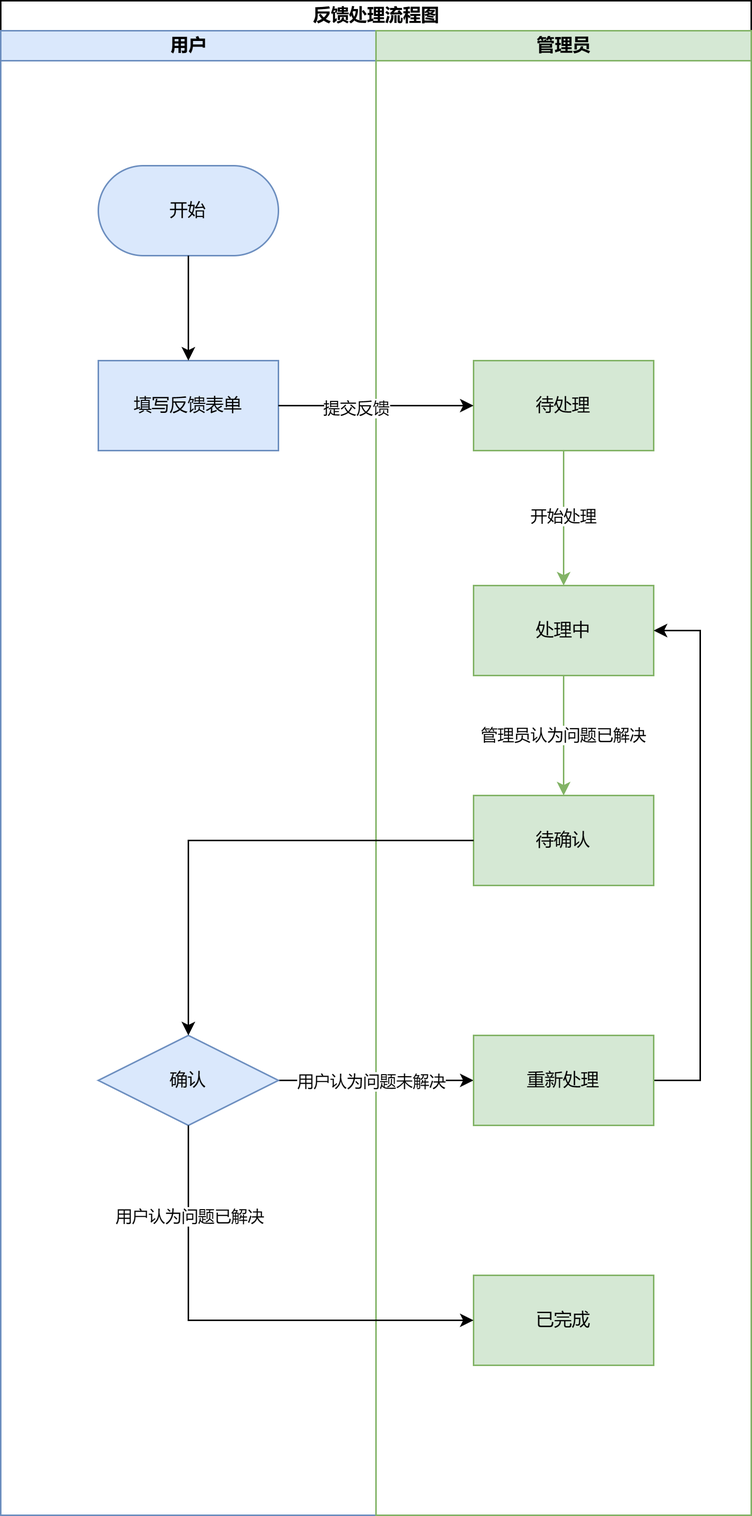
Above: squirrel-feedback/松鼠反馈模块业务流程图.png in lIouis/draw.io (draw.io), before the change. Source tidied: cells renumbered, new cells last; positions are measured from the earlier drawing's top-left corner, leaving out a move shared by most shapes.
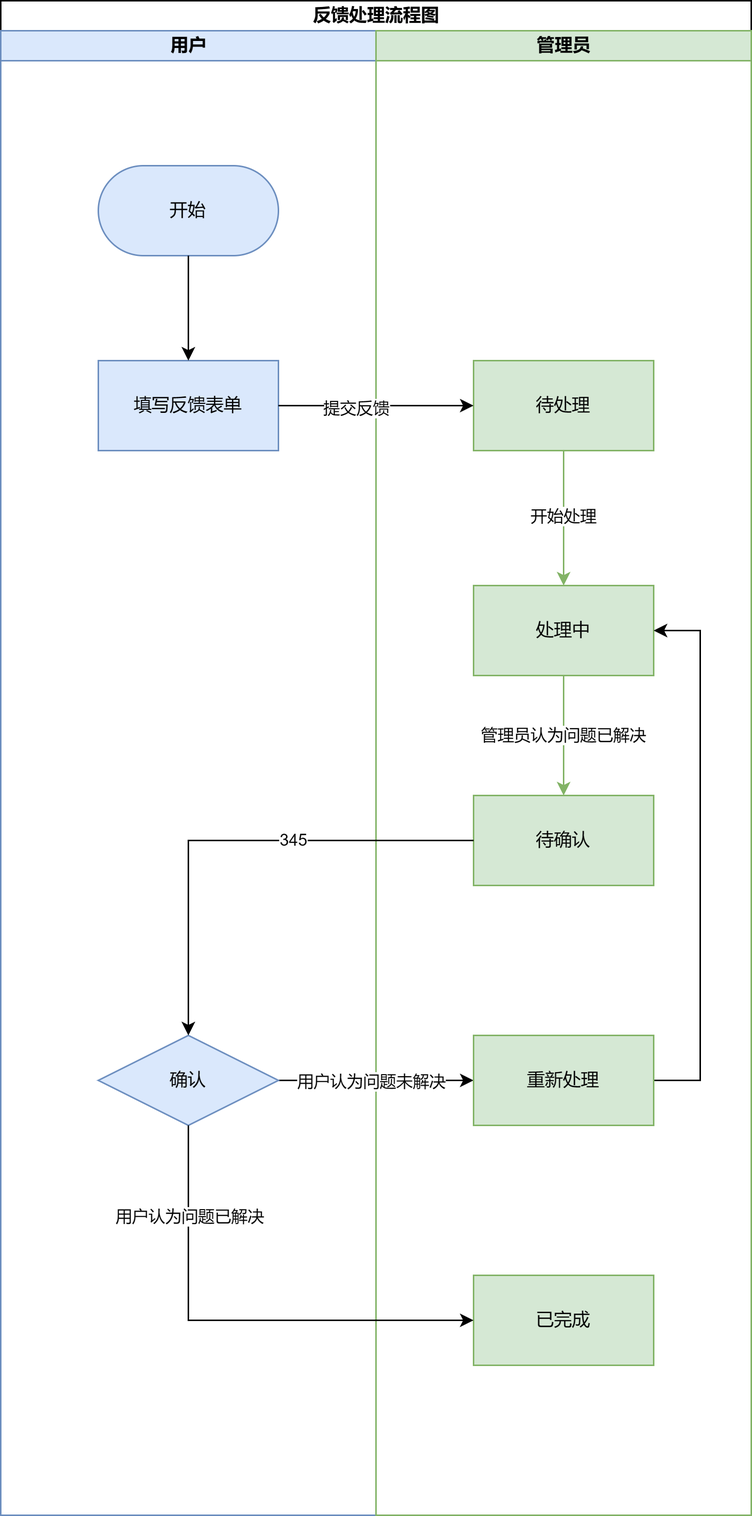
Later version of the same file.

The edit, as a diff of the source:
```diff
@@ -68,6 +68,9 @@
     <mxCell id="20" style="edgeStyle=orthogonalEdgeStyle;rounded=0;jettySize=auto;html=1;" parent="5" edge="1" source="11" target="15">
       <mxGeometry relative="1" as="geometry" />
     </mxCell>
+    <mxCell id="26" value="345" style="edgeLabel;html=1;align=center;verticalAlign=middle;" parent="20" vertex="1">
+      <mxGeometry x="-0.24" y="-1" relative="1" as="geometry" />
+    </mxCell>
     <mxCell id="21" value="填写反馈表单" style="rounded=0;whiteSpace=wrap;html=1;flipV=0;flipH=1;fillColor=#dae8fc;strokeColor=#6c8ebf;" parent="5" vertex="1">
       <mxGeometry x="-185" y="220" width="120" height="60" as="geometry" />
     </mxCell>
```
